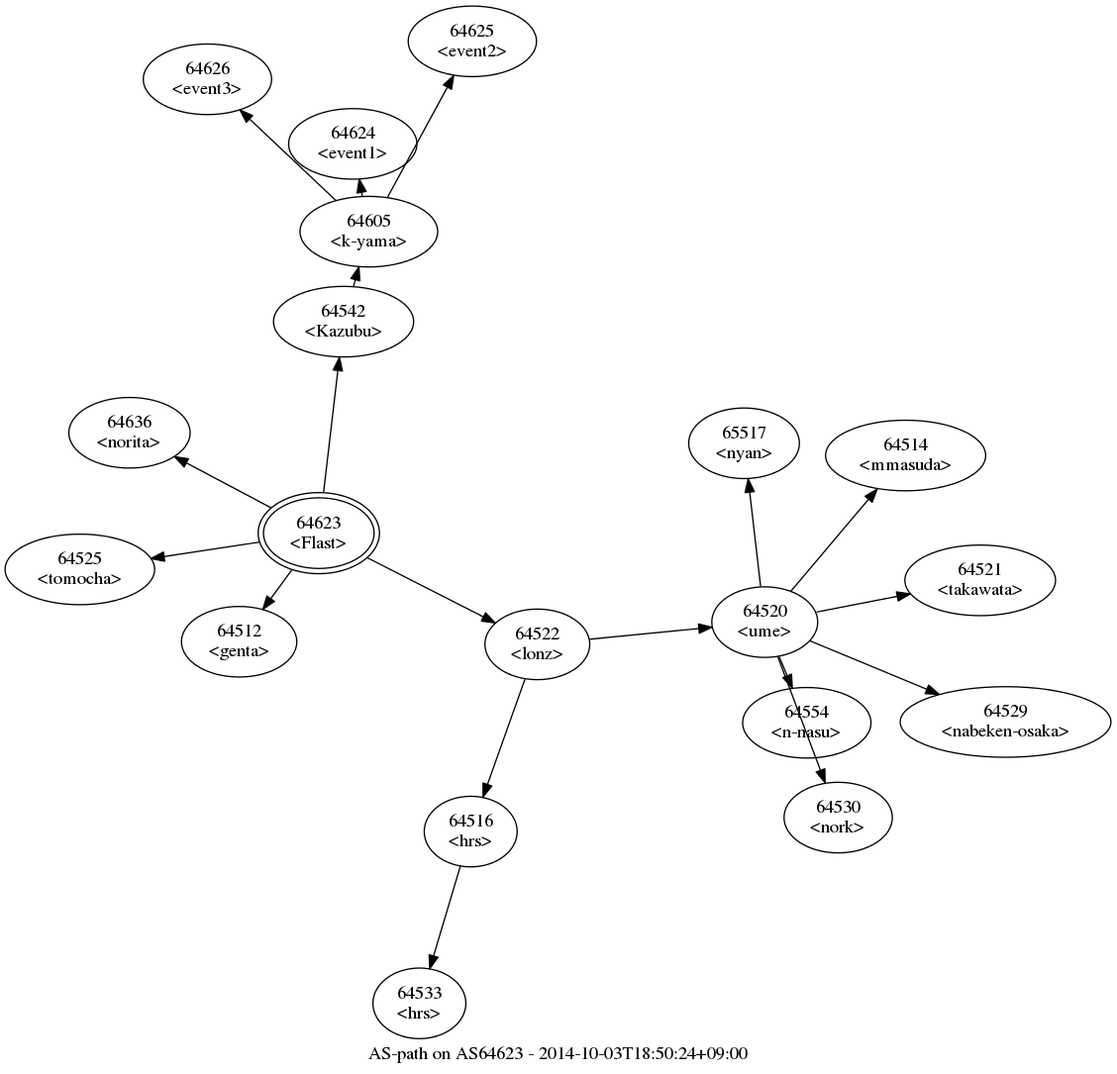
Above: aspath/as64623.png in Flast/flast.github.io (Graphviz), before the change. Its source is kept beside it as aspath/as64623.gv.
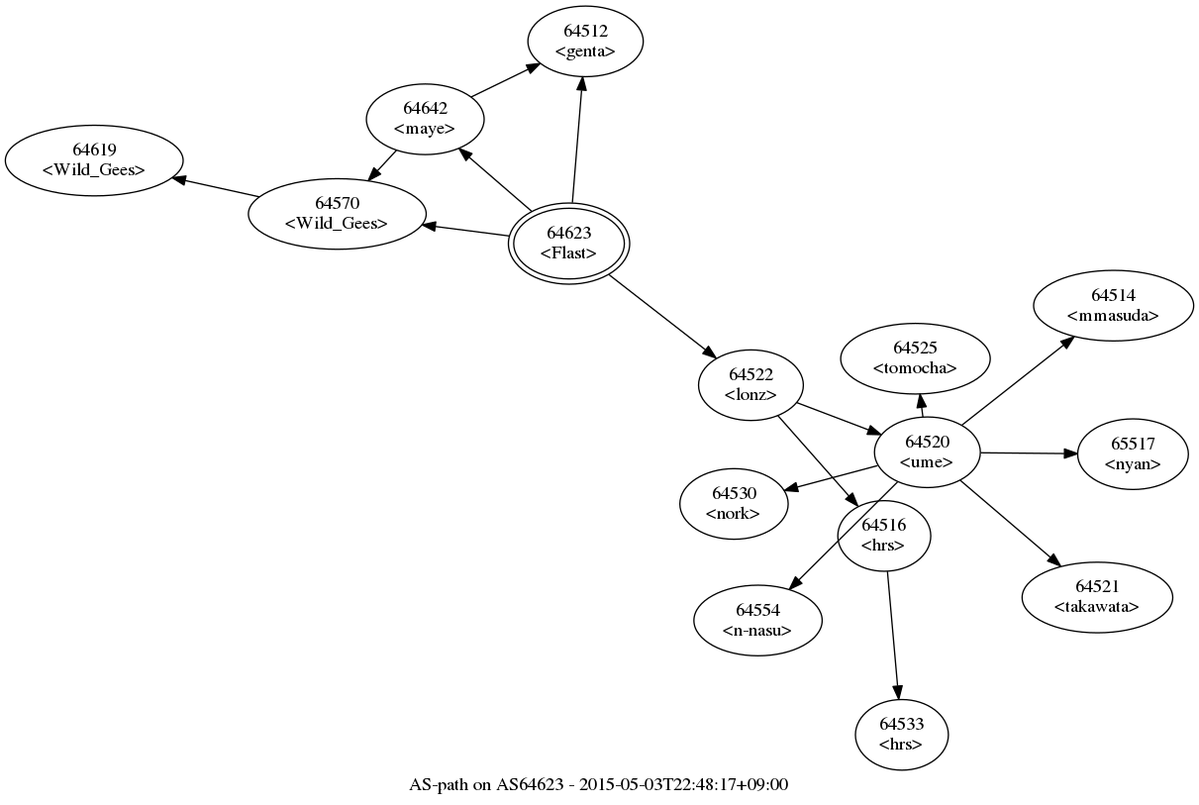
After the change.

Change to the diagram source:
```diff
@@ -1,106 +1,88 @@
 digraph aspath {
-	graph [bb="0,0,838,806",
+	graph [bb="0,-23,900,579",
 		center="",
-		label="AS-path on AS64623 - 2014-10-03T18:50:24+09:00",
+		label="AS-path on AS64623 - 2015-05-03T22:48:17+09:00",
 		layout=fdp,
 		lheight=0.21,
-		lp="419,11.5",
+		lp="450,-11.5",
 		lwidth=4.00
 	];
 	node [label="\N"];
 	64623	 [height=0.8575,
 		label="64623\n<Flast>",
 		peripheries=2,
-		pos="237.46,406.05",
+		pos="427.06,398.49",
 		width=1.27];
-	64542	 [height=0.74639,
-		label="64542\n<Kazubu>",
-		pos="256.23,566.28",
-		width=1.4731];
-	64623 -> 64542	 [pos="e,253.06,539.21 241.08,436.95 244.16,463.23 248.59,501.06 251.87,529.03"];
 	64522	 [height=0.74639,
 		label="64522\n<lonz>",
-		pos="402.97,321.77",
+		pos="564.85,291.23",
 		width=1.0999];
-	64623 -> 64522	 [pos="e,371.09,338 274.19,387.35 300.18,374.11 335.03,356.36 361.93,342.67"];
+	64623 -> 64522	 [pos="e,538.4,311.82 457.3,374.95 478.89,358.14 507.97,335.51 530.45,318.01"];
+	64642	 [height=0.74639,
+		label="64642\n<maye>",
+		pos="318.15,492.64",
+		width=1.2374];
+	64623 -> 64642	 [pos="e,343.73,470.53 398.73,422.98 384.23,435.51 366.51,450.83 351.38,463.92"];
+	64570	 [height=0.74639,
+		label="64570\n<Wild_Gees>",
+		pos="251.51,420.92",
+		width=1.866];
+	64623 -> 64570	 [pos="e,315.75,412.71 381.85,404.26 364.8,406.44 344.92,408.98 325.9,411.41"];
 	64512	 [height=0.74639,
 		label="64512\n<genta>",
-		pos="177.13,323.75",
+		pos="439.58,551.66",
 		width=1.2178];
-	64623 -> 64512	 [pos="e,195.11,348.28 217.03,378.19 211.92,371.22 206.4,363.68 201.13,356.49"];
+	64623 -> 64512	 [pos="e,437.39,524.8 429.59,429.48 431.6,454.07 434.42,488.51 436.55,514.56"];
+	64520	 [height=0.74639,
+		label="64520\n<ume>",
+		pos="698.52,240.42",
+		width=1.1196];
+	64522 -> 64520	 [pos="e,663.46,253.75 599.63,278.01 616.2,271.71 636.23,264.1 653.92,257.38"];
+	64516	 [height=0.74639,
+		label="64516\n<hrs>",
+		pos="665.86,177.03",
+		width=0.98209];
+	64522 -> 64516	 [pos="e,645.79,199.72 585.29,268.12 600.8,250.59 622.24,226.35 639.11,207.28"];
+	64514	 [height=0.74639,
+		label="64514\n<mmasuda>",
+		pos="839.6,351.48",
+		width=1.6892];
+	64520 -> 64514	 [pos="e,809.63,327.88 724.73,261.05 746.35,278.07 777.32,302.44 801.65,321.6"];
+	64521	 [height=0.74639,
+		label="64521\n<takawata>",
+		pos="827.31,130.42",
+		width=1.591];
+	64520 -> 64521	 [pos="e,799.43,154.24 723.36,219.21 742.76,202.64 769.98,179.39 791.7,160.84"];
 	64525	 [height=0.74639,
 		label="64525\n<tomocha>",
-		pos="56.477,378.56",
+		pos="689.47,311.29",
 		width=1.5713];
-	64623 -> 64525	 [pos="e,110.37,386.74 192.72,399.25 170.92,395.94 144.32,391.9 120.42,388.27"];
-	64636	 [height=0.74639,
-		label="64636\n<norita>",
-		pos="94.084,482.1",
-		width=1.2767];
-	64623 -> 64636	 [pos="e,128.28,463.96 201.28,425.24 181.86,435.54 157.78,448.31 137.37,459.14"];
-	64605	 [height=0.74639,
-		label="64605\n<k-yama>",
-		pos="275.37,634.49",
-		width=1.4535];
-	64542 -> 64605	 [pos="e,267.86,607.73 263.79,593.24 264.21,594.73 264.64,596.24 265.06,597.75"];
-	64624	 [height=0.74639,
-		label="64624\n<event1>",
-		pos="263.19,700.96",
-		width=1.3553];
-	64605 -> 64624	 [pos="e,268.1,674.16 270.42,661.53 270.25,662.44 270.08,663.36 269.91,664.28"];
-	64625	 [height=0.74639,
-		label="64625\n<event2>",
-		pos="353.76,778.67",
-		width=1.3553];
-	64605 -> 64625	 [pos="e,339.67,752.75 289.56,660.6 302.22,683.87 320.83,718.12 334.77,743.74"];
-	64626	 [height=0.74639,
-		label="64626\n<event3>",
-		pos="153.11,749.92",
-		width=1.3553];
-	64605 -> 64626	 [pos="e,177.7,726.71 250.33,658.12 231.5,675.9 205.55,700.41 185.2,719.63"];
-	64520	 [height=0.74639,
-		label="64520\n<ume>",
-		pos="575.21,338.61",
-		width=1.1196];
-	64522 -> 64520	 [pos="e,535.28,334.71 442.49,325.63 467.04,328.03 498.82,331.14 525.13,333.72"];
-	64516	 [height=0.74639,
-		label="64516\n<hrs>",
-		pos="352.51,179.94",
-		width=0.98209];
-	64522 -> 64516	 [pos="e,361.83,206.14 393.6,295.42 385.6,272.93 374.02,240.39 365.19,215.57"];
+	64520 -> 64525	 [pos="e,692.9,284.46 695.1,267.21 694.8,269.59 694.49,272.03 694.18,274.48"];
+	64530	 [height=0.74639,
+		label="64530\n<nork>",
+		pos="552.03,201.28",
+		width=1.1392];
+	64520 -> 64530	 [pos="e,590.14,211.46 660.8,230.34 642.23,225.38 619.65,219.35 599.88,214.07"];
 	64554	 [height=0.74639,
 		label="64554\n<n-nasu>",
-		pos="607.08,262.36",
+		pos="570.22,113.01",
 		width=1.3553];
-	64520 -> 64554	 [pos="e,596.09,288.65 586.18,312.37 588.13,307.7 590.2,302.76 592.23,297.88"];
-	64530	 [height=0.74639,
-		label="64530\n<nork>",
-		pos="630.84,190.52",
-		width=1.1392];
-	64520 -> 64530	 [pos="e,620.94,216.89 585.03,312.48 593.99,288.62 607.32,253.14 617.29,226.59"];
-	64529	 [height=0.74639,
-		label="64529\n<nabeken-osaka>",
-		pos="757.62,262.97",
-		width=2.2195];
-	64520 -> 64529	 [pos="e,707.27,283.85 609.52,324.39 634.38,314.07 668.64,299.87 697.94,287.72"];
-	64521	 [height=0.74639,
-		label="64521\n<takawata>",
-		pos="738.39,370.27",
-		width=1.591];
-	64520 -> 64521	 [pos="e,685.44,360 614.3,346.2 632.61,349.75 654.89,354.07 675.48,358.07"];
-	64514	 [height=0.74639,
-		label="64514\n<mmasuda>",
-		pos="681.92,464.88",
-		width=1.6892];
-	64520 -> 64514	 [pos="e,660.37,439.38 595.03,362.07 611.57,381.63 635.33,409.74 653.82,431.63"];
+	64520 -> 64554	 [pos="e,593.94,136.56 675.88,217.93 655.11,197.3 624.16,166.57 601.12,143.69"];
 	65517	 [height=0.74639,
 		label="65517\n<nyan>",
-		pos="559.53,474.13",
+		pos="854.27,238.97",
 		width=1.1589];
-	64520 -> 65517	 [pos="e,562.66,447.08 572.08,365.71 569.71,386.12 566.45,414.33 563.84,436.86"];
+	64520 -> 65517	 [pos="e,812.33,239.36 739.04,240.04 758.32,239.86 781.59,239.65 802.17,239.46"];
 	64533	 [height=0.74639,
 		label="64533\n<hrs>",
-		pos="313.65,49.768",
+		pos="679.21,26.386",
 		width=0.98209];
-	64516 -> 64533	 [pos="e,321.5,76.07 344.65,153.6 338.83,134.1 330.83,107.31 324.41,85.828"];
+	64516 -> 64533	 [pos="e,676.82,53.339 668.25,150.1 670.38,125.97 673.54,90.343 675.92,63.512"];
+	64642 -> 64570	 [pos="e,274.98,446.19 296.33,469.16 291.74,464.22 286.81,458.92 281.97,453.71"];
+	64642 -> 64512	 [pos="e,405.2,534.95 352.95,509.55 366.4,516.09 381.94,523.65 396.12,530.53"];
+	64619	 [height=0.74639,
+		label="64619\n<Wild_Gees>",
+		pos="67.397,461.37",
+		width=1.866];
+	64570 -> 64619	 [pos="e,126.39,448.41 192.49,433.89 174.57,437.82 154.73,442.18 136.22,446.25"];
 }
```
